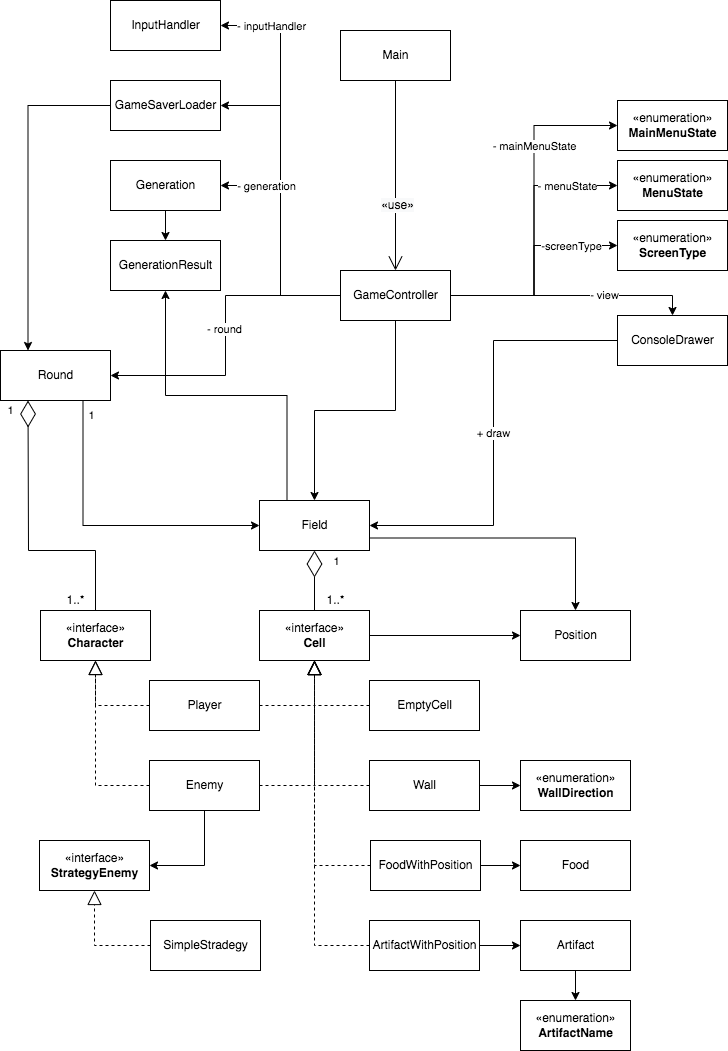
MariaChizhova/HSE-SD-Roguelike keeps this draw.io diagram as img/Logic.png. Above is the earlier version. Source tidied: cells renumbered, new cells last; positions are measured from the earlier drawing's top-left corner, leaving out a move shared by most shapes.
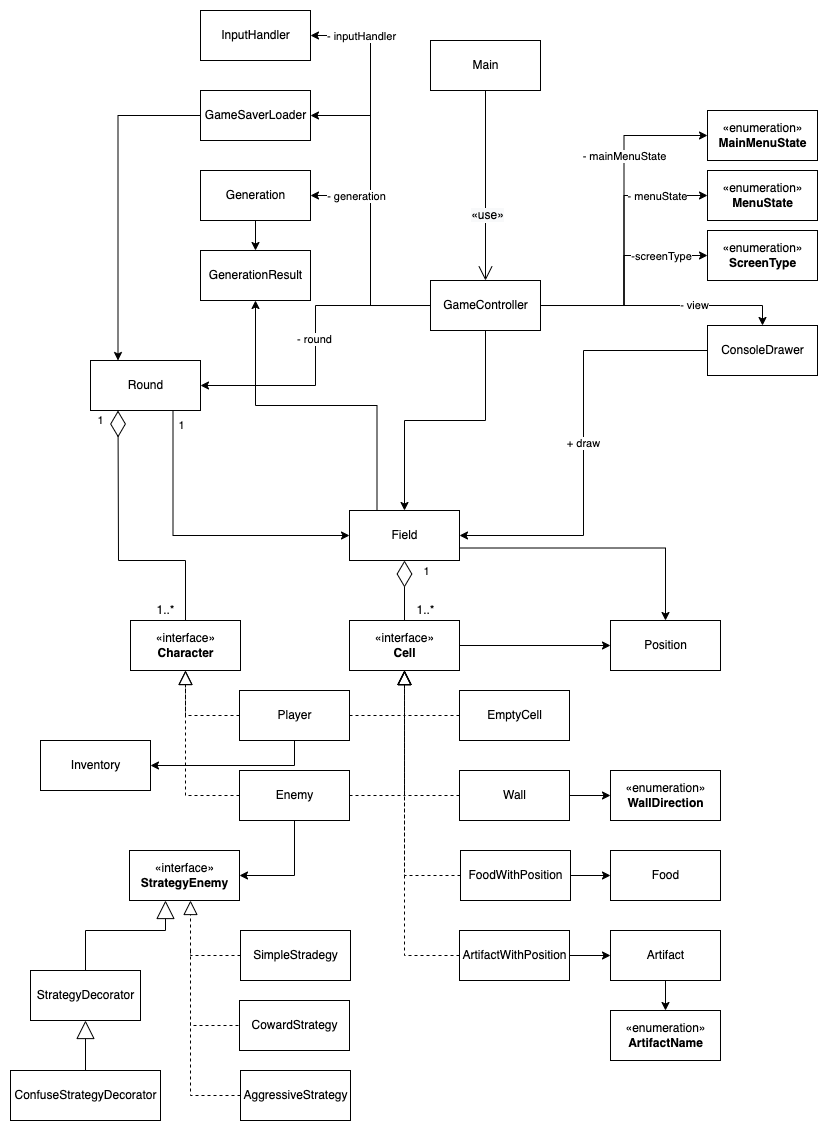
The same file after the commit.

Diff of the diagram source:
```diff
@@ -34,6 +34,9 @@
     <mxCell id="11" value="ConsoleDrawer" style="html=1;" parent="1" vertex="1">
       <mxGeometry x="617" y="315" width="110" height="50" as="geometry" />
     </mxCell>
+    <mxCell id="74" style="edgeStyle=orthogonalEdgeStyle;rounded=0;jettySize=auto;html=1;exitX=0.5;exitY=1;exitDx=0;exitDy=0;entryX=1;entryY=0.5;entryDx=0;entryDy=0;" parent="1" edge="1" source="12" target="75">
+      <mxGeometry relative="1" as="geometry" />
+    </mxCell>
     <mxCell id="12" value="Player" style="html=1;" parent="1" vertex="1">
       <mxGeometry x="149" y="680" width="110" height="50" as="geometry" />
     </mxCell>
@@ -249,10 +252,11 @@
     <mxCell id="68" value="SimpleStradegy" style="html=1;" parent="1" vertex="1">
       <mxGeometry x="150" y="920" width="110" height="50" as="geometry" />
     </mxCell>
-    <mxCell id="69" style="endArrow=block;dashed=1;endFill=0;endSize=12;html=1;rounded=0;entryX=0.5;entryY=1;entryDx=0;entryDy=0;exitX=0;exitY=0.5;exitDx=0;exitDy=0;" parent="1" edge="1" source="68" target="20">
+    <mxCell id="69" style="endArrow=block;dashed=1;endFill=0;endSize=12;html=1;rounded=0;exitX=0;exitY=0.5;exitDx=0;exitDy=0;" parent="1" edge="1" source="68">
       <mxGeometry relative="1" as="geometry">
+        <mxPoint x="100" y="890" as="targetPoint" />
         <Array as="points">
-          <mxPoint x="94" y="945" />
+          <mxPoint x="100" y="945" />
         </Array>
       </mxGeometry>
     </mxCell>
@@ -275,5 +279,48 @@
     <mxCell id="73" value="Position" style="html=1;" parent="1" vertex="1">
       <mxGeometry x="520" y="610" width="110" height="50" as="geometry" />
     </mxCell>
+    <mxCell id="75" value="Inventory" style="html=1;" parent="1" vertex="1">
+      <mxGeometry x="-50" y="730" width="110" height="50" as="geometry" />
+    </mxCell>
+    <mxCell id="76" value="&lt;pre style=&quot;background-color: rgb(255 , 255 , 255) ; color: rgb(8 , 8 , 8)&quot;&gt;&lt;span style=&quot;color: rgb(0 , 0 , 0)&quot;&gt;&lt;font face=&quot;Helvetica&quot;&gt;CowardStrategy&lt;/font&gt;&lt;/span&gt;&lt;/pre&gt;" style="html=1;" parent="1" vertex="1">
+      <mxGeometry x="149" y="990" width="110" height="50" as="geometry" />
+    </mxCell>
+    <mxCell id="77" style="endArrow=none;dashed=1;html=1;rounded=0;entryX=0;entryY=0.5;entryDx=0;entryDy=0;" parent="1" edge="1" target="76">
+      <mxGeometry relative="1" as="geometry">
+        <mxPoint x="100" y="940" as="sourcePoint" />
+        <Array as="points">
+          <mxPoint x="100" y="1015" />
+        </Array>
+      </mxGeometry>
+    </mxCell>
+    <mxCell id="78" value="&lt;pre style=&quot;background-color: rgb(255 , 255 , 255) ; color: rgb(8 , 8 , 8)&quot;&gt;&lt;span style=&quot;color: rgb(0 , 0 , 0)&quot;&gt;&lt;font face=&quot;Helvetica&quot;&gt;AggressiveStrategy&lt;/font&gt;&lt;/span&gt;&lt;/pre&gt;" style="html=1;" parent="1" vertex="1">
+      <mxGeometry x="150" y="1060" width="110" height="50" as="geometry" />
+    </mxCell>
+    <mxCell id="79" style="endArrow=none;dashed=1;html=1;rounded=0;exitX=0;exitY=0.5;exitDx=0;exitDy=0;" parent="1" edge="1" source="78">
+      <mxGeometry relative="1" as="geometry">
+        <mxPoint x="100" y="1010" as="targetPoint" />
+        <Array as="points">
+          <mxPoint x="100" y="1085" />
+        </Array>
+      </mxGeometry>
+    </mxCell>
+    <mxCell id="80" value="&lt;pre style=&quot;background-color: rgb(255 , 255 , 255) ; color: rgb(8 , 8 , 8)&quot;&gt;&lt;span style=&quot;color: rgb(0 , 0 , 0)&quot;&gt;&lt;font face=&quot;Helvetica&quot;&gt;StrategyDecorator&lt;/font&gt;&lt;/span&gt;&lt;/pre&gt;" style="html=1;" parent="1" vertex="1">
+      <mxGeometry x="-60" y="960" width="110" height="50" as="geometry" />
+    </mxCell>
+    <mxCell id="81" value="&lt;pre style=&quot;background-color: rgb(255 , 255 , 255) ; color: rgb(8 , 8 , 8)&quot;&gt;&lt;span style=&quot;color: rgb(0 , 0 , 0)&quot;&gt;&lt;font face=&quot;Helvetica&quot;&gt;ConfuseStrategyDecorator&lt;/font&gt;&lt;/span&gt;&lt;/pre&gt;" style="html=1;" parent="1" vertex="1">
+      <mxGeometry x="-80" y="1060" width="150" height="50" as="geometry" />
+    </mxCell>
+    <mxCell id="82" style="endArrow=block;endSize=16;endFill=0;html=1;rounded=0;fontFamily=Helvetica;exitX=0.5;exitY=0;exitDx=0;exitDy=0;" parent="1" edge="1" source="81" target="80">
+      <mxGeometry relative="1" as="geometry" />
+    </mxCell>
+    <mxCell id="83" style="endArrow=block;endSize=16;endFill=0;html=1;rounded=0;fontFamily=Helvetica;exitX=0.5;exitY=0;exitDx=0;exitDy=0;" parent="1" edge="1" source="80">
+      <mxGeometry relative="1" as="geometry">
+        <mxPoint x="75" y="890" as="targetPoint" />
+        <Array as="points">
+          <mxPoint x="-5" y="920" />
+          <mxPoint x="75" y="920" />
+        </Array>
+      </mxGeometry>
+    </mxCell>
   </root>
 </mxGraphModel>
```
